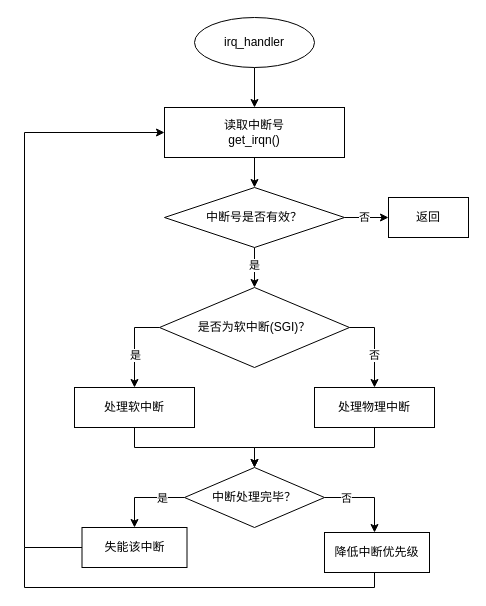
Above: irq handler.drawio in zhouhaoan/drawios (draw.io), before the change. Source tidied: cells renumbered, new cells numbered last; positions are measured from the earlier drawing's top-left corner, leaving out a move shared by most shapes. Both pictures are drawn from the tidied source at 100%, with x=0, y=0 at pixel (24, 17).
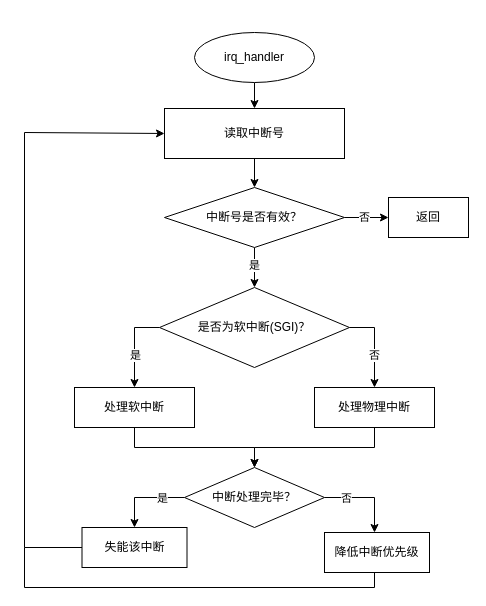
The same diagram, later.

Change to the diagram source:
```diff
@@
     <mxCell id="3" value="irq_handler" style="ellipse;whiteSpace=wrap;html=1;" parent="1" vertex="1">
-      <mxGeometry x="170" width="120" height="50" as="geometry" />
+      <mxGeometry x="170" y="15" width="120" height="50" as="geometry" />
     </mxCell>
@@
-    <mxCell id="5" value="读取中断号&lt;br&gt;get_irqn()" style="rounded=0;whiteSpace=wrap;html=1;" parent="1" vertex="1">
-      <mxGeometry x="140" y="90" width="180" height="50" as="geometry" />
+    <mxCell id="5" value="读取中断号" style="rounded=0;whiteSpace=wrap;html=1;" parent="1" vertex="1">
+      <mxGeometry x="140" y="91" width="180" height="50" as="geometry" />
     </mxCell>
```
